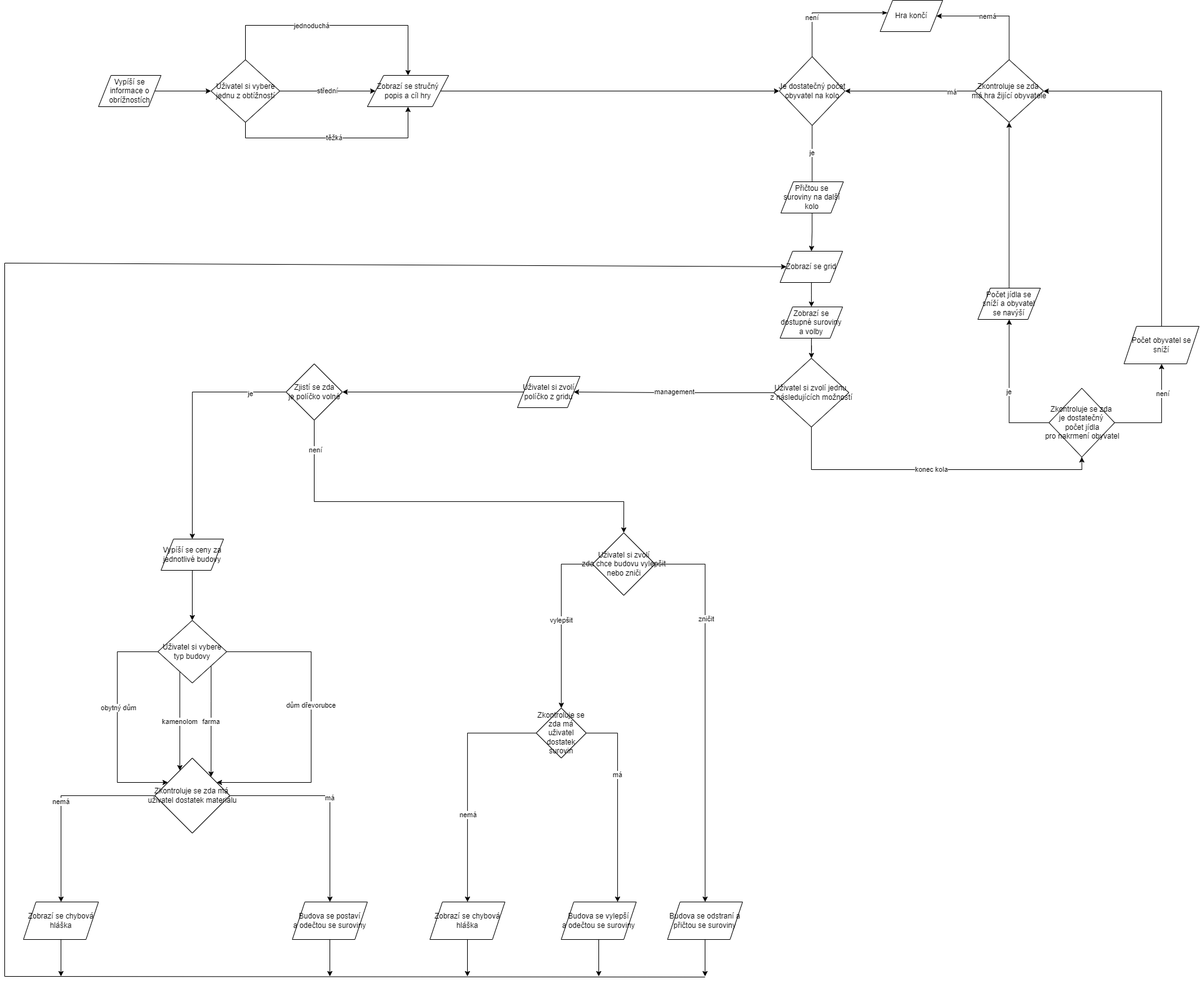
v-kollar/trivian-like-game keeps this draw.io diagram as Schemata/zoo_hra.drawio.png. Above is the earlier version. Source tidied: cells renumbered, new cells last; positions are measured from the earlier drawing's top-left corner, leaving out a move shared by most shapes.
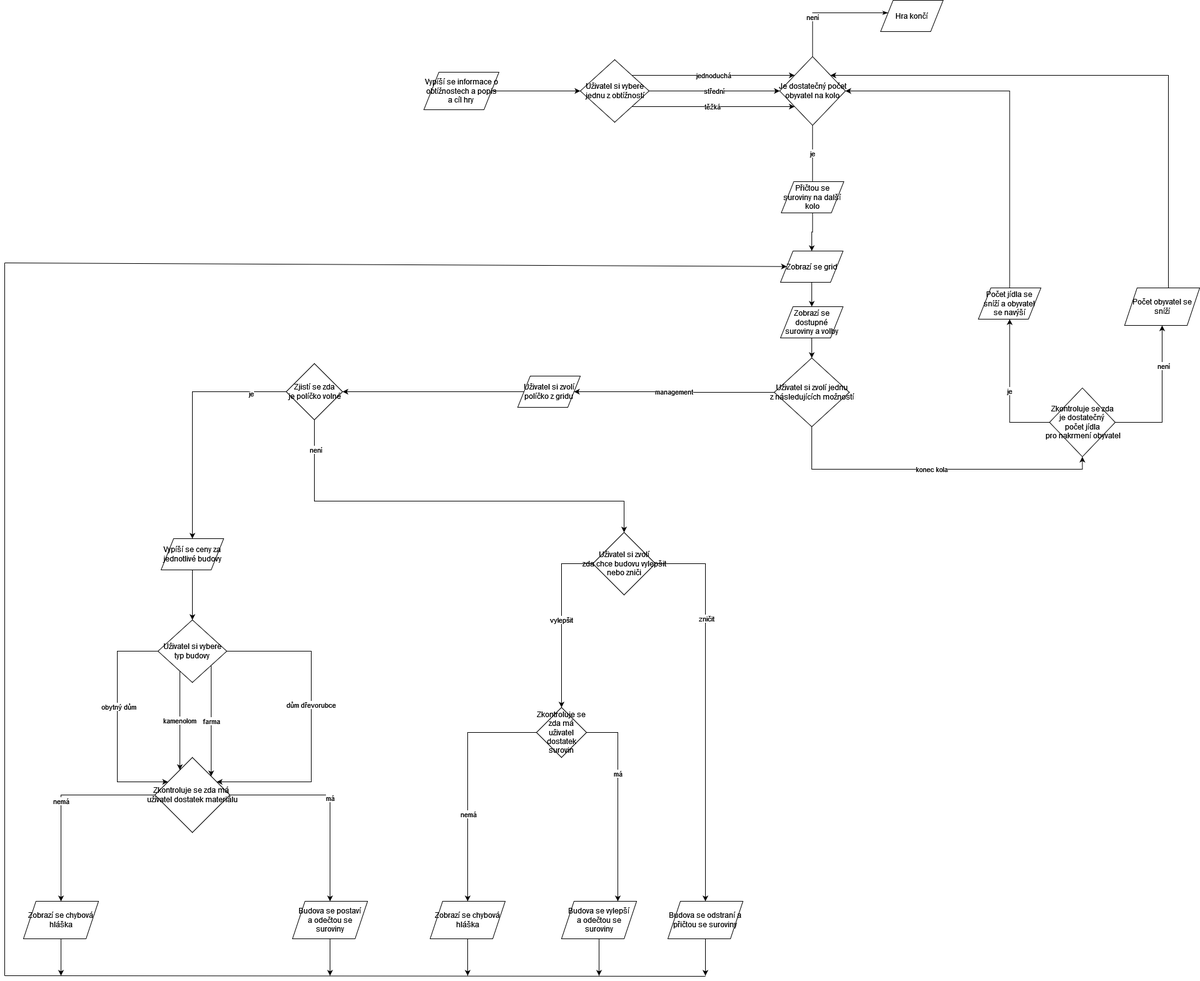
After the change.

Commit message:
Úprava stavového diagramu a logiky hry.

What changed in the source:
```diff
@@ -8,12 +8,6 @@
     <mxCell id="3" value="Zobrazí se dostupné suroviny a volby" style="shape=parallelogram;perimeter=parallelogramPerimeter;whiteSpace=wrap;html=1;dashed=0;" parent="1" vertex="1">
       <mxGeometry x="1240" y="490" width="100" height="50" as="geometry" />
     </mxCell>
-    <mxCell id="4" style="edgeStyle=orthogonalEdgeStyle;rounded=0;jettySize=auto;html=1;" parent="1" edge="1" source="5" target="78">
-      <mxGeometry relative="1" as="geometry" />
-    </mxCell>
-    <mxCell id="5" value="Zobrazí se stručný popis a cíl hry" style="shape=parallelogram;perimeter=parallelogramPerimeter;whiteSpace=wrap;html=1;dashed=0;" parent="1" vertex="1">
-      <mxGeometry x="580" y="120" width="130" height="50" as="geometry" />
-    </mxCell>
     <mxCell id="6" value="management" style="edgeStyle=orthogonalEdgeStyle;rounded=0;jettySize=auto;html=1;" parent="1" edge="1" source="8" target="51">
       <mxGeometry relative="1" as="geometry" />
     </mxCell>
@@ -28,36 +22,33 @@
     <mxCell id="8" value="Uživatel si zvolí jednu &lt;br&gt;z následujících možností" style="shape=rhombus;html=1;dashed=0;whitespace=wrap;perimeter=rhombusPerimeter;" parent="1" vertex="1">
       <mxGeometry x="1230" y="572" width="120" height="110" as="geometry" />
     </mxCell>
-    <mxCell id="9" value="střední" style="edgeStyle=orthogonalEdgeStyle;rounded=0;jettySize=auto;html=1;" parent="1" edge="1" source="13" target="5">
+    <mxCell id="9" value="střední" style="edgeStyle=orthogonalEdgeStyle;rounded=0;jettySize=auto;html=1;entryX=0;entryY=0.5;entryDx=0;entryDy=0;" parent="1" edge="1" source="13" target="78">
       <mxGeometry relative="1" as="geometry" />
     </mxCell>
-    <mxCell id="10" style="edgeStyle=orthogonalEdgeStyle;rounded=0;jettySize=auto;html=1;" parent="1" edge="1" source="13" target="5">
-      <mxGeometry relative="1" as="geometry">
-        <Array as="points">
-          <mxPoint x="385" y="40" />
-          <mxPoint x="645" y="40" />
-        </Array>
-      </mxGeometry>
-    </mxCell>
-    <mxCell id="11" value="jednoduchá" style="edgeLabel;html=1;align=center;verticalAlign=middle;" parent="10" vertex="1">
-      <mxGeometry x="-0.19" relative="1" as="geometry" />
+    <mxCell id="11" value="jednoduchá" style="edgeStyle=orthogonalEdgeStyle;rounded=0;jettySize=auto;html=1;" parent="1" edge="1" source="13" target="78">
+      <mxGeometry relative="1" as="geometry">
+        <Array as="points">
+          <mxPoint x="1180" y="120" />
+          <mxPoint x="1180" y="120" />
+        </Array>
+      </mxGeometry>
     </mxCell>
-    <mxCell id="12" value="těžká" style="edgeStyle=orthogonalEdgeStyle;rounded=0;jettySize=auto;html=1;entryX=0.5;entryY=1;entryDx=0;entryDy=0;" parent="1" edge="1" source="13" target="5">
-      <mxGeometry relative="1" as="geometry">
+    <mxCell id="12" value="těžká" style="edgeStyle=orthogonalEdgeStyle;rounded=0;jettySize=auto;html=1;" parent="1" edge="1" source="13" target="78">
+      <mxGeometry x="-0.01" relative="1" as="geometry">
         <Array as="points">
-          <mxPoint x="385" y="220" />
-          <mxPoint x="645" y="220" />
+          <mxPoint x="1170" y="170" />
+          <mxPoint x="1170" y="170" />
         </Array>
       </mxGeometry>
     </mxCell>
     <mxCell id="13" value="Uživatel si vybere&lt;br&gt;jednu z obtížností" style="shape=rhombus;html=1;dashed=0;whitespace=wrap;perimeter=rhombusPerimeter;" parent="1" vertex="1">
-      <mxGeometry x="330" y="95" width="110" height="100" as="geometry" />
+      <mxGeometry x="920" y="95" width="110" height="100" as="geometry" />
     </mxCell>
     <mxCell id="14" style="edgeStyle=orthogonalEdgeStyle;rounded=0;jettySize=auto;html=1;entryX=0;entryY=0.5;entryDx=0;entryDy=0;" parent="1" edge="1" source="15" target="13">
       <mxGeometry relative="1" as="geometry" />
     </mxCell>
-    <mxCell id="15" value="Vypíší se informace o obrížnostích" style="shape=parallelogram;perimeter=parallelogramPerimeter;whiteSpace=wrap;html=1;dashed=0;" parent="1" vertex="1">
-      <mxGeometry x="150" y="120" width="100" height="50" as="geometry" />
+    <mxCell id="15" value="&lt;div&gt;Vypíší se informace o obtížnostech a popis a cíl hry&lt;br&gt;&lt;/div&gt;" style="shape=parallelogram;perimeter=parallelogramPerimeter;whiteSpace=wrap;html=1;dashed=0;" parent="1" vertex="1">
+      <mxGeometry x="670" y="115" width="120" height="60" as="geometry" />
     </mxCell>
     <mxCell id="16" style="edgeStyle=orthogonalEdgeStyle;rounded=0;jettySize=auto;html=1;" parent="1" edge="1" source="19" target="31">
       <mxGeometry relative="1" as="geometry" />
@@ -71,27 +62,6 @@
     <mxCell id="19" value="Zkontroluje se zda &lt;br&gt;je dostatečný&amp;nbsp;&lt;br&gt;počet jídla&lt;br&gt;pro nakrmení obyvatel" style="shape=rhombus;html=1;dashed=0;whitespace=wrap;perimeter=rhombusPerimeter;" parent="1" vertex="1">
       <mxGeometry x="1670" y="620" width="105" height="110" as="geometry" />
     </mxCell>
-    <mxCell id="20" style="edgeStyle=orthogonalEdgeStyle;rounded=0;jettySize=auto;html=1;endArrow=classic;endFill=1;" parent="1" edge="1" source="24" target="78">
-      <mxGeometry relative="1" as="geometry" />
-    </mxCell>
-    <mxCell id="21" value="má" style="edgeLabel;html=1;align=center;verticalAlign=middle;" parent="20" vertex="1">
-      <mxGeometry x="-0.63" y="1" relative="1" as="geometry" />
-    </mxCell>
-    <mxCell id="22" style="edgeStyle=orthogonalEdgeStyle;rounded=0;jettySize=auto;html=1;endArrow=classic;endFill=1;" parent="1" edge="1" source="24" target="25">
-      <mxGeometry relative="1" as="geometry">
-        <Array as="points">
-          <mxPoint x="1606" y="25" />
-        </Array>
-      </mxGeometry>
-    </mxCell>
-    <mxCell id="23" value="nemá" style="edgeLabel;html=1;align=center;verticalAlign=middle;" parent="22" vertex="1">
-      <mxGeometry x="0.12" relative="1" as="geometry">
-        <mxPoint x="-1" as="offset" />
-      </mxGeometry>
-    </mxCell>
-    <mxCell id="24" value="Zkontroluje se zda&amp;nbsp;&lt;br&gt;má hra žijící obyvatele" style="shape=rhombus;html=1;dashed=0;whitespace=wrap;perimeter=rhombusPerimeter;" parent="1" vertex="1">
-      <mxGeometry x="1551.2" y="95" width="110" height="100" as="geometry" />
-    </mxCell>
     <mxCell id="25" value="Hra končí" style="shape=parallelogram;perimeter=parallelogramPerimeter;whiteSpace=wrap;html=1;dashed=0;" parent="1" vertex="1">
       <mxGeometry x="1400" width="100" height="50" as="geometry" />
     </mxCell>
@@ -101,21 +71,25 @@
     <mxCell id="27" value="Zobrazí se grid" style="shape=parallelogram;perimeter=parallelogramPerimeter;whiteSpace=wrap;html=1;dashed=0;" parent="1" vertex="1">
       <mxGeometry x="1240" y="401" width="100" height="50" as="geometry" />
     </mxCell>
-    <mxCell id="28" style="edgeStyle=orthogonalEdgeStyle;rounded=0;jettySize=auto;html=1;entryX=0.5;entryY=1;entryDx=0;entryDy=0;" parent="1" edge="1" source="29" target="24">
-      <mxGeometry relative="1" as="geometry" />
-    </mxCell>
+    <mxCell id="79" style="edgeStyle=orthogonalEdgeStyle;rounded=0;jettySize=auto;html=1;" parent="1" edge="1" source="29" target="78">
+      <mxGeometry relative="1" as="geometry">
+        <Array as="points">
+          <mxPoint x="1606" y="145" />
+        </Array>
+      </mxGeometry>
+    </mxCell>
     <mxCell id="29" value="Počet jídla se sníží a obyvatel se navýší" style="shape=parallelogram;perimeter=parallelogramPerimeter;whiteSpace=wrap;html=1;dashed=0;" parent="1" vertex="1">
       <mxGeometry x="1556.2" y="460" width="100" height="50" as="geometry" />
     </mxCell>
-    <mxCell id="30" style="edgeStyle=orthogonalEdgeStyle;rounded=0;jettySize=auto;html=1;" parent="1" edge="1" source="31" target="24">
-      <mxGeometry relative="1" as="geometry">
-        <Array as="points">
-          <mxPoint x="1850" y="145" />
-        </Array>
-      </mxGeometry>
-    </mxCell>
+    <mxCell id="80" style="edgeStyle=orthogonalEdgeStyle;rounded=0;jettySize=auto;html=1;" parent="1" edge="1" source="31" target="78">
+      <mxGeometry relative="1" as="geometry">
+        <Array as="points">
+          <mxPoint x="1860" y="120" />
+        </Array>
+      </mxGeometry>
+    </mxCell>
     <mxCell id="31" value="Počet obyvatel se sníží" style="shape=parallelogram;perimeter=parallelogramPerimeter;whiteSpace=wrap;html=1;fixedSize=1;dashed=0;" parent="1" vertex="1">
-      <mxGeometry x="1790" y="521" width="120" height="60" as="geometry" />
+      <mxGeometry x="1790" y="460" width="120" height="60" as="geometry" />
     </mxCell>
     <mxCell id="32" style="edgeStyle=orthogonalEdgeStyle;rounded=0;jettySize=auto;html=1;" parent="1" edge="1" source="33" target="27">
       <mxGeometry relative="1" as="geometry" />
```
